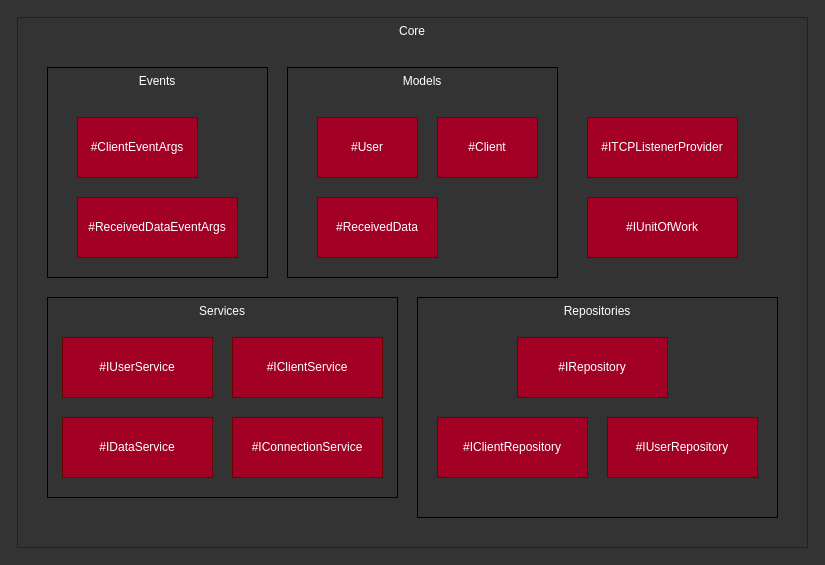
The draw.io diagram page "Core" (2 of 7) of docs/diagrams.drawio in AndreTerra5348/tcp-chat-server, before the edit. Source tidied: cells renumbered, new cells numbered last; positions are measured from the earlier drawing's top-left corner, leaving out a move shared by most shapes. Both pictures are drawn from the tidied source at 100%, with x=0, y=0 at pixel (17, 17).
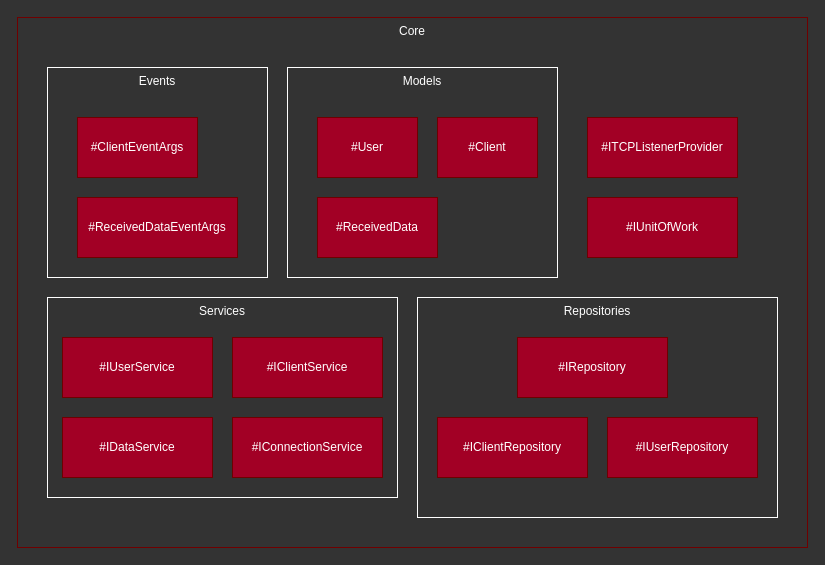
The same page after the edit.

Change to the diagram source:
```diff
@@
-    <mxCell id="3" value="Services" style="rounded=0;whiteSpace=wrap;html=1;fontColor=#FFFFFF;fillColor=none;verticalAlign=top;" parent="1" vertex="1">
+    <mxCell id="3" value="Services" style="rounded=0;whiteSpace=wrap;html=1;fontColor=#FFFFFF;fillColor=none;verticalAlign=top;strokeColor=#FFFFFF;" parent="1" vertex="1">
       <mxGeometry x="30" y="280" width="350" height="200" as="geometry" />
     </mxCell>
-    <mxCell id="4" value="Repositories" style="rounded=0;whiteSpace=wrap;html=1;fontColor=#FFFFFF;fillColor=none;verticalAlign=top;" parent="1" vertex="1">
+    <mxCell id="4" value="Repositories" style="rounded=0;whiteSpace=wrap;html=1;fontColor=#FFFFFF;fillColor=none;verticalAlign=top;strokeColor=#FFFFFF;" parent="1" vertex="1">
       <mxGeometry x="400" y="280" width="360" height="220" as="geometry" />
     </mxCell>
-    <mxCell id="5" value="Models" style="rounded=0;whiteSpace=wrap;html=1;fontColor=#FFFFFF;fillColor=none;verticalAlign=top;" parent="1" vertex="1">
+    <mxCell id="5" value="Models" style="rounded=0;whiteSpace=wrap;html=1;fontColor=#FFFFFF;fillColor=none;verticalAlign=top;strokeColor=#FFFFFF;" parent="1" vertex="1">
       <mxGeometry x="270" y="50" width="270" height="210" as="geometry" />
     </mxCell>
-    <mxCell id="6" value="Events" style="rounded=0;whiteSpace=wrap;html=1;fontColor=#FFFFFF;fillColor=none;verticalAlign=top;" parent="1" vertex="1">
+    <mxCell id="6" value="Events" style="rounded=0;whiteSpace=wrap;html=1;fontColor=#FFFFFF;fillColor=none;verticalAlign=top;strokeColor=#FFFFFF;" parent="1" vertex="1">
       <mxGeometry x="30" y="50" width="220" height="210" as="geometry" />
     </mxCell>
```
